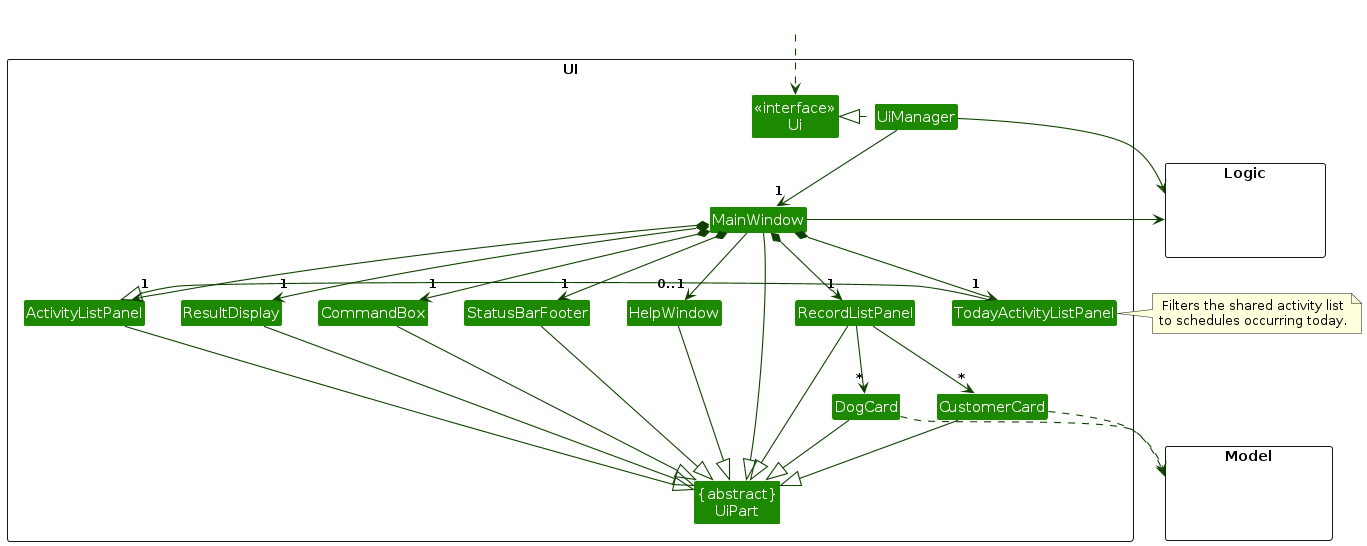
Before: diagrams/UiClassDiagram.png, a diagram exported from PlantUML (AY2627S1-CS2103T-T15-4/tp). Its source is kept beside it as diagrams/UiClassDiagram.puml.
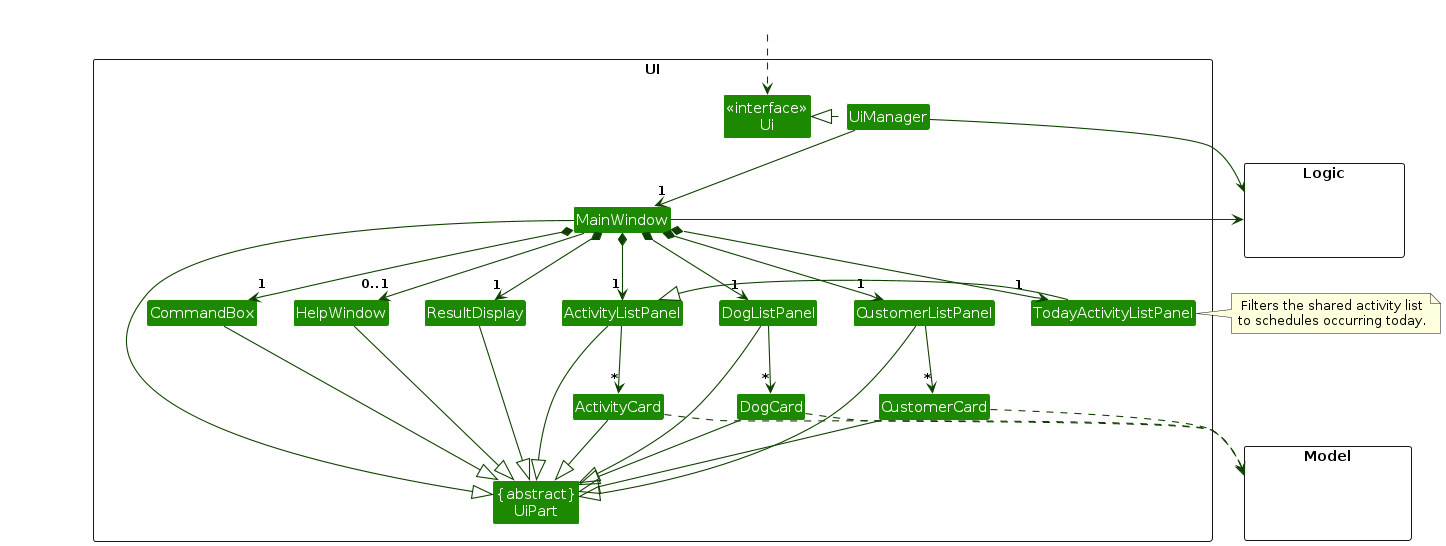
Later version of the same file.

The edit, as a diff of the source:
```diff
@@ -11,12 +11,13 @@
 Class MainWindow
 Class HelpWindow
 Class ResultDisplay
-Class RecordListPanel
+Class CustomerListPanel
+Class DogListPanel
 Class ActivityListPanel
 Class TodayActivityListPanel
 Class CustomerCard
 Class DogCard
-Class StatusBarFooter
+Class ActivityCard
 Class CommandBox
 }
 
@@ -35,37 +36,40 @@
 UiManager -down-> "1" MainWindow
 MainWindow *-down->  "1" CommandBox
 MainWindow *-down-> "1" ResultDisplay
-MainWindow *-down-> "1" RecordListPanel
+MainWindow *-down-> "1" CustomerListPanel
+MainWindow *-down-> "1" DogListPanel
 MainWindow *-down-> "1" ActivityListPanel
 MainWindow *-down-> "1" TodayActivityListPanel
-MainWindow *-down-> "1" StatusBarFooter
 MainWindow --> "0..1" HelpWindow
 
-RecordListPanel -down-> "*" CustomerCard
-RecordListPanel --> "*" DogCard
+CustomerListPanel -down-> "*" CustomerCard
+DogListPanel -down-> "*" DogCard
+ActivityListPanel --> "*" ActivityCard
 TodayActivityListPanel --|> ActivityListPanel
 
 MainWindow -left-|> UiPart
 
 ResultDisplay --|> UiPart
 CommandBox --|> UiPart
-RecordListPanel --|> UiPart
+CustomerListPanel --|> UiPart
+DogListPanel --|> UiPart
 ActivityListPanel --|> UiPart
 CustomerCard --|> UiPart
 DogCard --|> UiPart
-StatusBarFooter --|> UiPart
+ActivityCard --|> UiPart
 HelpWindow --|> UiPart
 
 CustomerCard ..> Model
 DogCard ..> Model
+ActivityCard ..> Model
 UiManager -right-> Logic
 MainWindow -left-> Logic
 
-RecordListPanel -[hidden]left- HelpWindow
+CustomerListPanel -[hidden]left- HelpWindow
 TodayActivityListPanel -[hidden]right- ActivityListPanel
 HelpWindow -[hidden]left- CommandBox
 CommandBox -[hidden]left- ResultDisplay
-ResultDisplay -[hidden]left- StatusBarFooter
+CustomerListPanel -[hidden]left- DogListPanel
 
 MainWindow -[hidden]-|> UiPart
 
```
